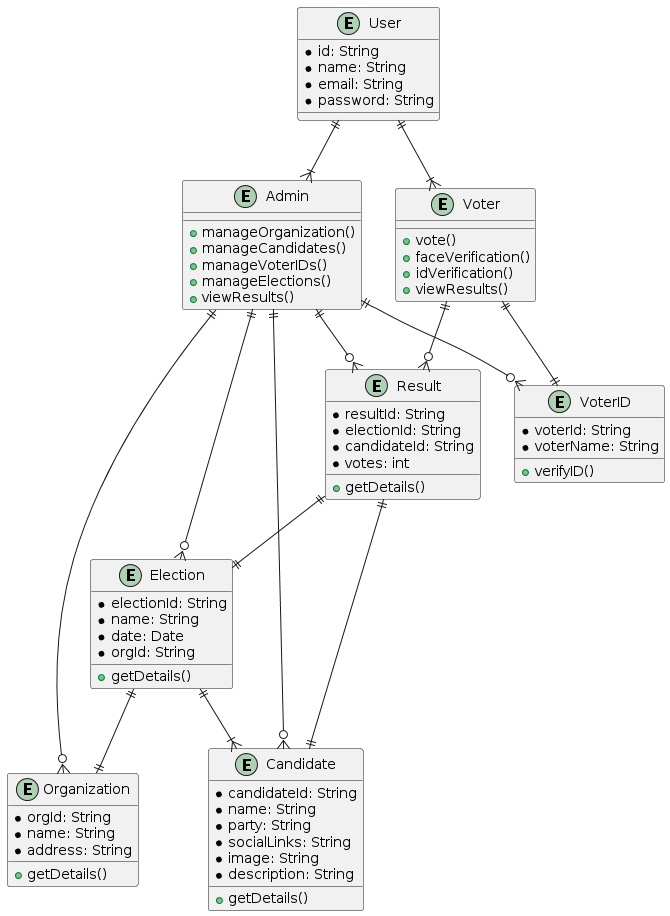
AliAtherAyyubi/Final-Year-Project keeps this PlantUML diagram as Documentation/SE images/ERD Diagram.png. Above is the earlier version.
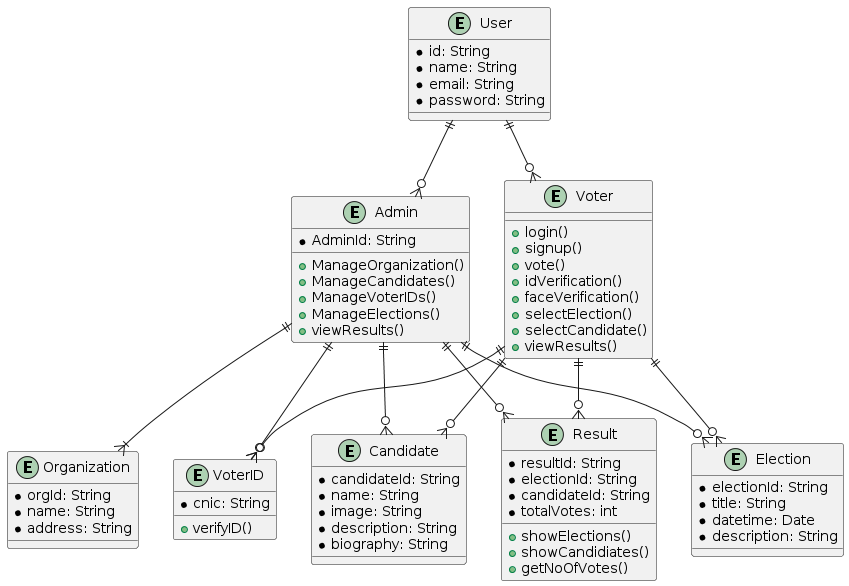
Above is the later version.

The edit, as a diff of the source:
```diff
@@ -7,17 +7,22 @@
 }
 
 entity Admin {
-    + manageOrganization()
-    + manageCandidates()
-    + manageVoterIDs()
-    + manageElections()
+    * AdminId: String
+    + ManageOrganization()
+    + ManageCandidates()
+    + ManageVoterIDs()
+    + ManageElections()
     + viewResults()
 }
 
 entity Voter {
+    + login()
+    + signup()
     + vote()
+    + idVerification()
     + faceVerification()
-    + idVerification()
+    + selectElection()
+    + selectCandidate()
     + viewResults()
 }
 
@@ -25,52 +30,50 @@
     * orgId: String
     * name: String
     * address: String
-    + getDetails()
+}
+
+entity Election {
+    * electionId: String
+    * title: String
+    * datetime: Date
+    * description: String
+}
+
+entity VoterID {
+    * cnic: String
+    + verifyID()
 }
 
 entity Candidate {
     * candidateId: String
     * name: String
-    * party: String
-    * socialLinks: String
     * image: String
     * description: String
-    + getDetails()
-}
-
-entity VoterID {
-    * voterId: String
-    * voterName: String
-    + verifyID()
-}
-
-entity Election {
-    * electionId: String
-    * name: String
-    * date: Date
-    * orgId: String
-    + getDetails()
+    * biography: String
 }
 
 entity Result {
     * resultId: String
     * electionId: String
     * candidateId: String
-    * votes: int
-    + getDetails()
+    * totalVotes: int
+    + showElections()
+    + showCandidiates()
+    + getNoOfVotes()
 }
 
-User ||--|{ Admin
-User ||--|{ Voter
-Admin ||--o{ Organization
+User ||--o{ Admin
+User ||--o{ Voter
+
+Admin ||--|{ Organization
 Admin ||--o{ Candidate
 Admin ||--o{ VoterID
 Admin ||--o{ Election
+
+Voter ||--o{ VoterID
+Voter ||--o{ Election
+Voter ||--o{ Candidate
+Voter ||--o{ Result
+
 Admin ||--o{ Result
-Voter ||--|| VoterID
-Voter ||--o{ Result
-Election ||--|{ Candidate
-Election ||--|| Organization
-Result ||--|| Election
-Result ||--|| Candidate
 @enduml
```
